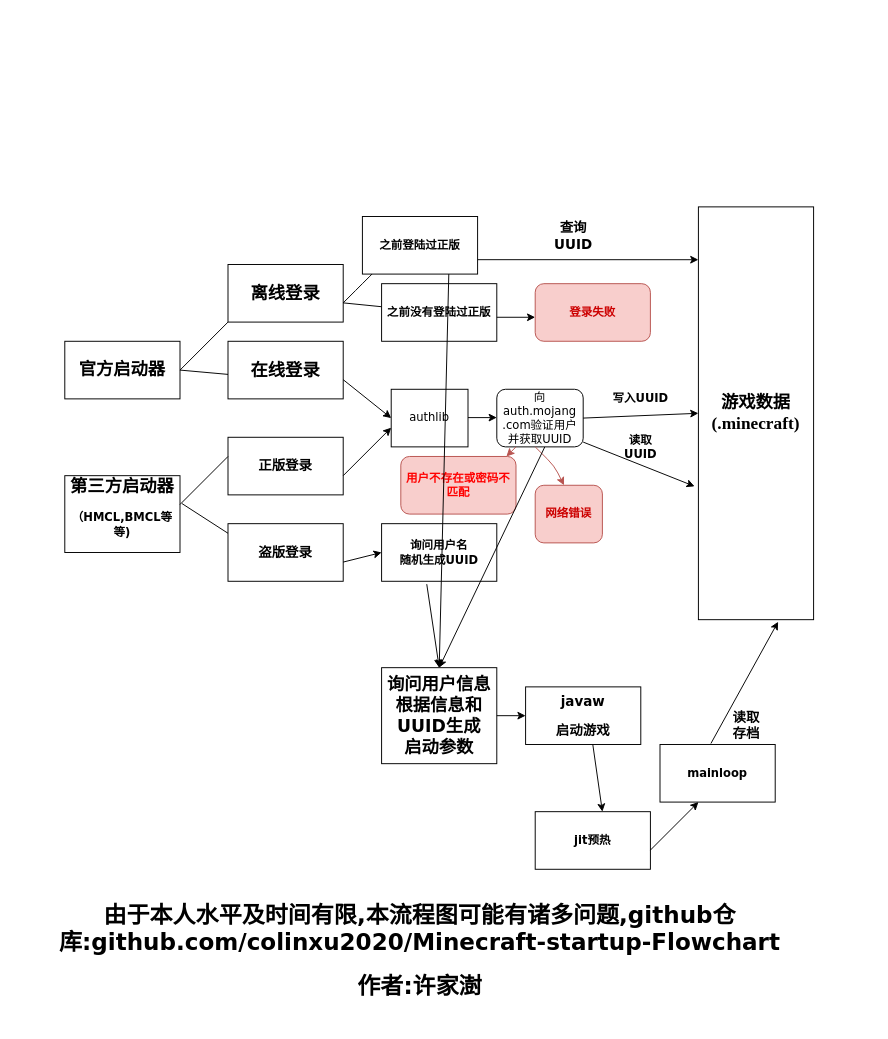
The draw.io diagram minecraft java版启动过程.drawio in colinxu2020/Minecraft-startup-Flowchart, before the edit. Source tidied: cells renumbered, new cells numbered last; positions are measured from the earlier drawing's top-left corner, leaving out a move shared by most shapes. Both pictures are drawn from the tidied source at 96%, with x=0, y=0 at pixel (31, 206).
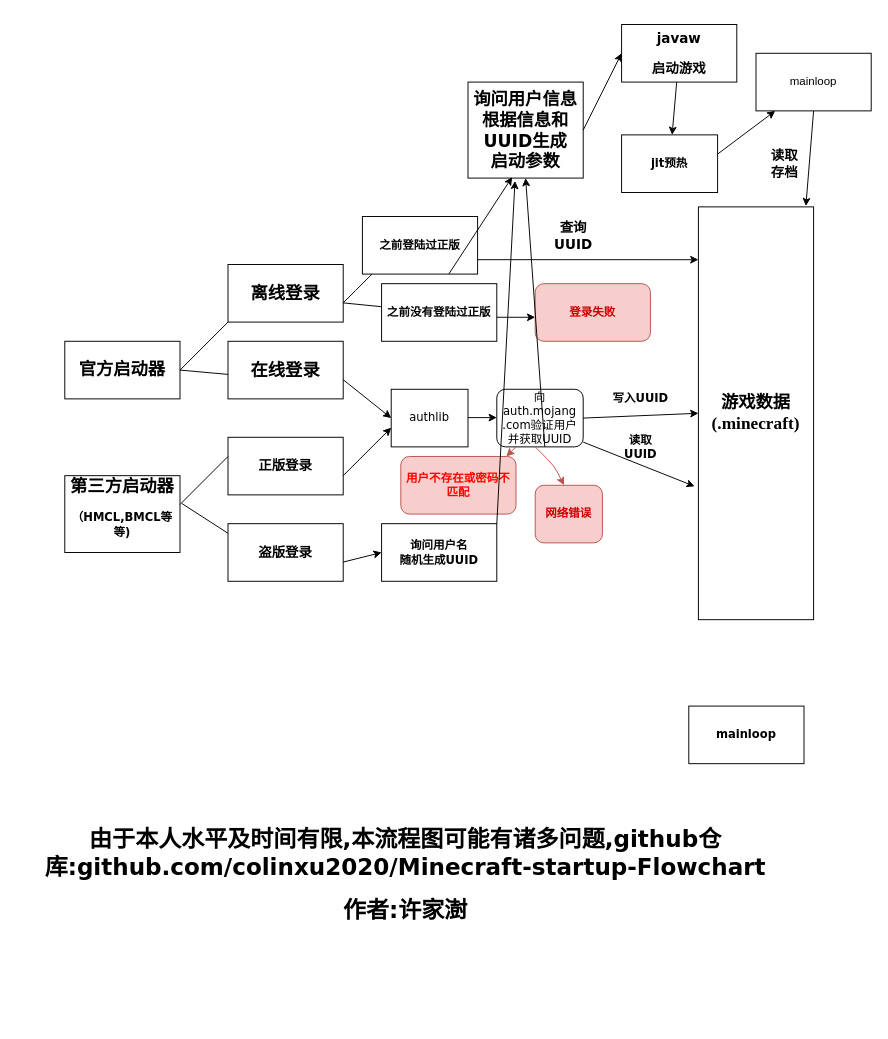
The same diagram, later.

Commit message:
更新 minecraft java版启动过程.drawio

The change refers to these unchanged cells:
```xml
<mxCell id="6" value="&lt;h4&gt;之前登陆过正版&lt;/h4&gt;" style="rounded=0;whiteSpace=wrap;html=1;" parent="1" vertex="1">
  <mxGeometry x="345" y="10" width="120" height="60" as="geometry" />
</mxCell>
<mxCell id="7" value="&lt;h2&gt;&lt;font face=&quot;Times New Roman&quot;&gt;游戏数据(.minecraft)&lt;/font&gt;&lt;/h2&gt;" style="rounded=0;whiteSpace=wrap;html=1;" parent="1" vertex="1">
  <mxGeometry x="695" width="120" height="430" as="geometry" />
</mxCell>
<mxCell id="21" value="&lt;h4&gt;询问用户名&lt;br&gt;随机生成UUID&lt;/h4&gt;" style="rounded=0;whiteSpace=wrap;html=1;fontFamily=Verdana;" parent="1" vertex="1">
  <mxGeometry x="365" y="330" width="120" height="60" as="geometry" />
</mxCell>
```

Diff of the diagram source:
```diff
@@
     <mxCell id="36" value="&lt;h2&gt;&lt;font color=&quot;#000000&quot;&gt;询问用户信息&lt;br&gt;&lt;/font&gt;&lt;font color=&quot;#000000&quot;&gt;根据信息和UUID生成&lt;br&gt;&lt;/font&gt;&lt;font color=&quot;#000000&quot;&gt;启动参数&lt;/font&gt;&lt;/h2&gt;" style="rounded=0;whiteSpace=wrap;html=1;fontFamily=Verdana;fontColor=#FF0000;" parent="1" vertex="1">
-      <mxGeometry x="365" y="480" width="120" height="100" as="geometry" />
+      <mxGeometry x="455" y="-130" width="120" height="100" as="geometry" />
     </mxCell>
-    <mxCell id="37" style="endArrow=classic;html=1;labelBackgroundColor=#FF6666;fontFamily=Verdana;fontColor=#FF0000;entryX=0.5;entryY=0;entryDx=0;entryDy=0;" parent="1" edge="1" target="36">
+    <mxCell id="37" style="endArrow=classic;html=1;labelBackgroundColor=#FF6666;fontFamily=Verdana;fontColor=#FF0000;entryX=0.5;entryY=1;entryDx=0;entryDy=0;" parent="1" edge="1" target="36">
       <mxGeometry relative="1" as="geometry">
         <mxPoint x="535" y="250" as="sourcePoint" />
       </mxGeometry>
     </mxCell>
-    <mxCell id="38" style="endArrow=classic;html=1;labelBackgroundColor=#FF6666;fontFamily=Verdana;fontColor=#FF0000;exitX=0.75;exitY=1;exitDx=0;exitDy=0;entryX=0.5;entryY=0;entryDx=0;entryDy=0;" parent="1" edge="1" source="6" target="36">
+    <mxCell id="38" style="endArrow=classic;html=1;labelBackgroundColor=#FF6666;fontFamily=Verdana;fontColor=#FF0000;exitX=0.75;exitY=1;exitDx=0;exitDy=0;entryX=0.383;entryY=0.99;entryDx=0;entryDy=0;entryPerimeter=0;" parent="1" edge="1" source="6" target="36">
       <mxGeometry relative="1" as="geometry" />
     </mxCell>
-    <mxCell id="39" style="endArrow=classic;html=1;labelBackgroundColor=#FF6666;fontFamily=Verdana;fontColor=#FF0000;exitX=0.392;exitY=1.05;exitDx=0;exitDy=0;exitPerimeter=0;" parent="1" edge="1" source="21">
-      <mxGeometry relative="1" as="geometry">
-        <mxPoint x="425" y="480" as="targetPoint" />
-      </mxGeometry>
+    <mxCell id="39" style="endArrow=classic;html=1;labelBackgroundColor=#FF6666;fontFamily=Verdana;fontColor=#FF0000;exitX=1;exitY=0;exitDx=0;exitDy=0;entryX=0.408;entryY=1.03;entryDx=0;entryDy=0;entryPerimeter=0;" parent="1" edge="1" source="21" target="36">
+      <mxGeometry relative="1" as="geometry" />
     </mxCell>
+    <mxCell id="49" style="edgeStyle=none;rounded=0;jettySize=auto;html=1;labelBackgroundColor=#FF6666;fontFamily=Verdana;fontColor=#CC0000;" parent="1" edge="1" source="40" target="47">
+      <mxGeometry relative="1" as="geometry" />
+    </mxCell>
     <mxCell id="40" value="&lt;h3&gt;&lt;font color=&quot;#000000&quot;&gt;javaw&lt;/font&gt;&lt;/h3&gt;&lt;h3&gt;&lt;font color=&quot;#000000&quot;&gt;启动游戏&lt;/font&gt;&lt;/h3&gt;" style="rounded=0;whiteSpace=wrap;html=1;fontFamily=Verdana;fontColor=#FF0000;" parent="1" vertex="1">
-      <mxGeometry x="515" y="500" width="120" height="60" as="geometry" />
+      <mxGeometry x="615" y="-190" width="120" height="60" as="geometry" />
     </mxCell>
     <mxCell id="41" style="endArrow=classic;html=1;labelBackgroundColor=#FF6666;fontFamily=Verdana;fontColor=#FF0000;entryX=0;entryY=0.5;entryDx=0;entryDy=0;" parent="1" edge="1" target="40">
       <mxGeometry relative="1" as="geometry">
-        <mxPoint x="485" y="530" as="sourcePoint" />
+        <mxPoint x="575" y="-80" as="sourcePoint" />
       </mxGeometry>
     </mxCell>
-    <mxCell id="42" style="endArrow=classic;html=1;labelBackgroundColor=#FF6666;fontFamily=Verdana;fontColor=#FF0000;" parent="1" edge="1">
-      <mxGeometry relative="1" as="geometry">
-        <mxPoint x="585" y="560" as="sourcePoint" />
-        <mxPoint x="595" y="630" as="targetPoint" />
-      </mxGeometry>
-    </mxCell>
     <mxCell id="43" value="&lt;h4&gt;&lt;font color=&quot;#000000&quot;&gt;mainloop&lt;/font&gt;&lt;/h4&gt;" style="rounded=0;whiteSpace=wrap;html=1;fontFamily=Verdana;fontColor=#FF0000;" parent="1" vertex="1">
-      <mxGeometry x="655" y="560" width="120" height="60" as="geometry" />
+      <mxGeometry x="685" y="520" width="120" height="60" as="geometry" />
     </mxCell>
-    <mxCell id="44" style="endArrow=classic;html=1;labelBackgroundColor=#FF6666;fontFamily=Verdana;fontColor=#FF0000;entryX=0.692;entryY=1.005;entryDx=0;entryDy=0;entryPerimeter=0;exitX=0.442;exitY=-0.017;exitDx=0;exitDy=0;exitPerimeter=0;" parent="1" edge="1" source="43" target="7">
-      <mxGeometry relative="1" as="geometry" />
+    <mxCell id="44" style="endArrow=classic;html=1;labelBackgroundColor=#FF6666;fontFamily=Verdana;fontColor=#FF0000;exitX=0.442;exitY=-0.017;exitDx=0;exitDy=0;exitPerimeter=0;" parent="1" edge="1" target="50">
+      <mxGeometry relative="1" as="geometry">
+        <mxPoint x="715" y="-55" as="sourcePoint" />
+      </mxGeometry>
     </mxCell>
     <mxCell id="45" value="&lt;h3&gt;读取存档&lt;/h3&gt;" style="text;html=1;strokeColor=none;fillColor=none;align=center;verticalAlign=middle;whiteSpace=wrap;rounded=0;fontFamily=Verdana;" parent="1" vertex="1">
-      <mxGeometry x="725" y="530" width="40" height="20" as="geometry" />
+      <mxGeometry x="765" y="-55" width="40" height="20" as="geometry" />
     </mxCell>
     <mxCell id="46" value="&lt;h1&gt;由于本人水平及时间有限,本流程图可能有诸多问题,github仓库:github.com/colinxu2020/Minecraft-startup-Flowchart&lt;/h1&gt;&lt;h1&gt;作者:许家澍&lt;/h1&gt;" style="text;html=1;strokeColor=none;fillColor=none;align=center;verticalAlign=middle;whiteSpace=wrap;rounded=0;fontFamily=Verdana;fontColor=#000000;" parent="1" vertex="1">
-      <mxGeometry y="700" width="810" height="150" as="geometry" />
+      <mxGeometry x="-15" y="621" width="810" height="150" as="geometry" />
     </mxCell>
     <mxCell id="47" value="&lt;h4&gt;jit预热&lt;/h4&gt;" style="rounded=0;whiteSpace=wrap;html=1;fontFamily=Verdana;fontColor=#000000;" parent="1" vertex="1">
-      <mxGeometry x="525" y="630" width="120" height="60" as="geometry" />
+      <mxGeometry x="615" y="-75" width="100" height="60" as="geometry" />
     </mxCell>
-    <mxCell id="48" style="endArrow=classic;html=1;labelBackgroundColor=#FF6666;fontFamily=Verdana;fontColor=#000000;" parent="1" edge="1">
-      <mxGeometry relative="1" as="geometry">
-        <mxPoint x="645" y="670" as="sourcePoint" />
-        <mxPoint x="695" y="620" as="targetPoint" />
-      </mxGeometry>
+    <mxCell id="48" style="endArrow=classic;html=1;labelBackgroundColor=#FF6666;fontFamily=Verdana;fontColor=#000000;entryX=0.933;entryY=-0.002;entryDx=0;entryDy=0;entryPerimeter=0;exitX=0.5;exitY=1;exitDx=0;exitDy=0;" parent="1" edge="1" source="50" target="7">
+      <mxGeometry relative="1" as="geometry" />
     </mxCell>
+    <mxCell id="50" value="mainloop" style="rounded=0;whiteSpace=wrap;html=1;" parent="1" vertex="1">
+      <mxGeometry x="755" y="-160" width="120" height="60" as="geometry" />
+    </mxCell>
```
